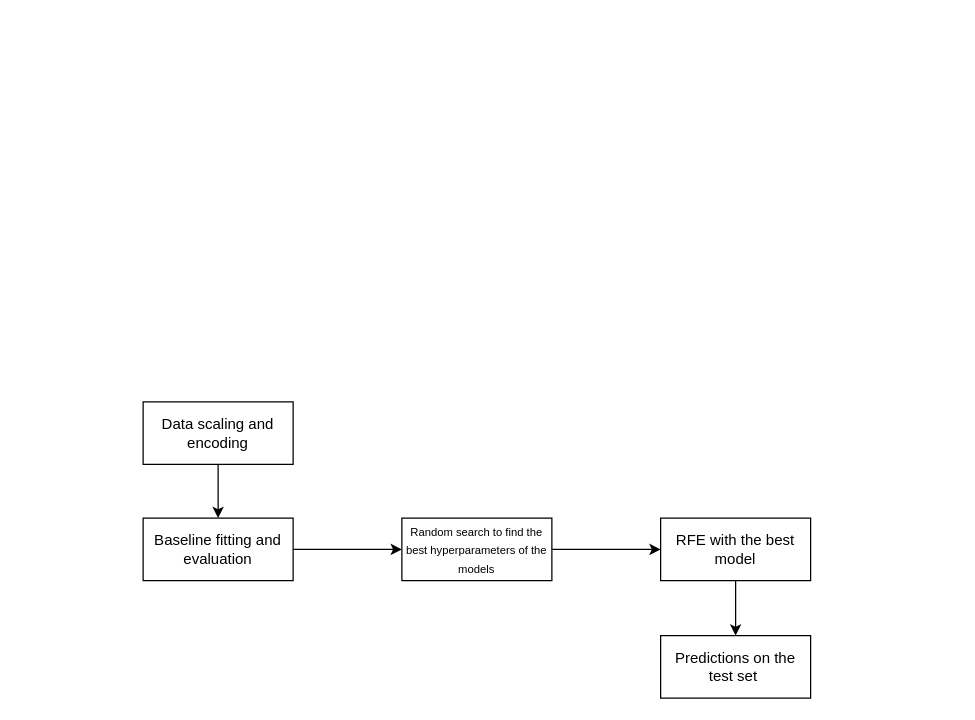
Earlier version of the draw.io diagram ML_draw.drawio (LiberoBiagi/ML_Nova_IMS_25-26). Source tidied: cells renumbered, new cells numbered last; positions are measured from the earlier drawing's top-left corner, leaving out a move shared by most shapes. Both pictures are drawn from the tidied source at 125%, with x=0, y=0 at pixel (142, 401).
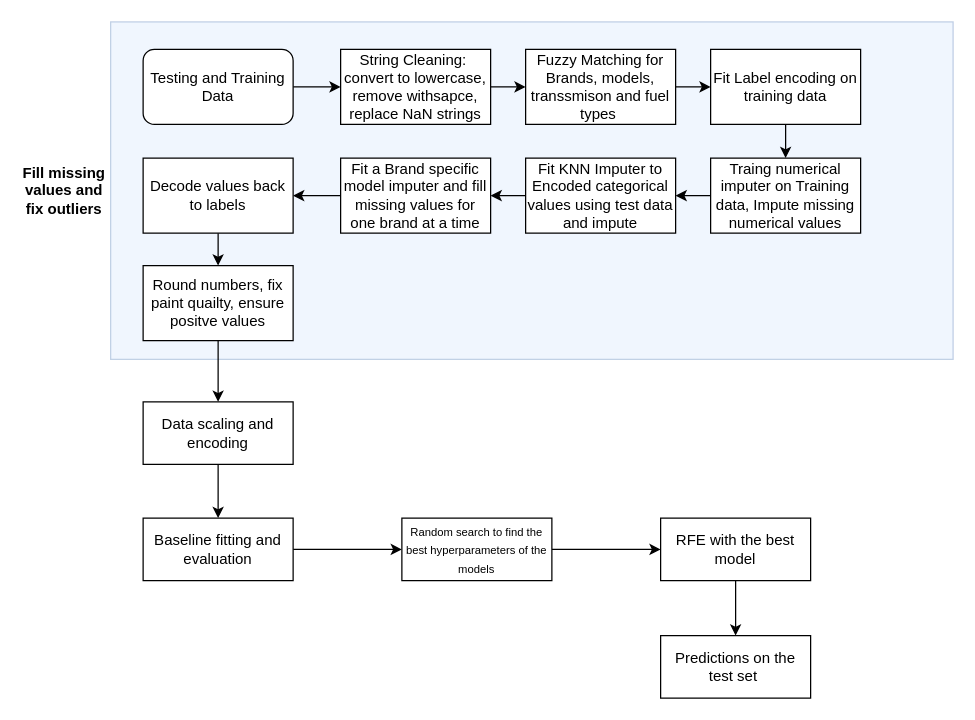
After the change.

Unchanged cells that the change refers to:
```xml
<mxCell id="2" value="Data scaling and encoding" style="rounded=0;whiteSpace=wrap;html=1;" parent="1" vertex="1">
  <mxGeometry width="120" height="50" as="geometry" />
</mxCell>
```

Change to the diagram source:
```diff
@@
+    <mxCell id="11" style="rounded=0;whiteSpace=wrap;html=1;fillColor=#dae8fc;strokeColor=#6c8ebf;opacity=40;" parent="1" vertex="1">
+      <mxGeometry x="-26" y="-304" width="674" height="270" as="geometry" />
+    </mxCell>
@@
+    <mxCell id="12" style="edgeStyle=orthogonalEdgeStyle;rounded=0;jettySize=auto;html=1;" parent="1" edge="1" source="13" target="15">
+      <mxGeometry relative="1" as="geometry" />
+    </mxCell>
+    <mxCell id="13" value="Testing and Training Data" style="rounded=1;whiteSpace=wrap;html=1;" parent="1" vertex="1">
+      <mxGeometry y="-282" width="120" height="60" as="geometry" />
+    </mxCell>
+    <mxCell id="14" style="edgeStyle=orthogonalEdgeStyle;rounded=0;jettySize=auto;html=1;" parent="1" edge="1" source="15" target="17">
+      <mxGeometry relative="1" as="geometry" />
+    </mxCell>
+    <mxCell id="15" value="String Cleaning:&amp;nbsp;&lt;br&gt;convert to lowercase, remove withsapce, replace NaN strings" style="rounded=0;whiteSpace=wrap;html=1;" parent="1" vertex="1">
+      <mxGeometry x="158" y="-282" width="120" height="60" as="geometry" />
+    </mxCell>
+    <mxCell id="16" style="edgeStyle=orthogonalEdgeStyle;rounded=0;jettySize=auto;html=1;" parent="1" edge="1" source="17" target="19">
+      <mxGeometry relative="1" as="geometry" />
+    </mxCell>
+    <mxCell id="17" value="Fuzzy Matching for Brands, models, transsmison and fuel types&amp;nbsp;" style="rounded=0;whiteSpace=wrap;html=1;" parent="1" vertex="1">
+      <mxGeometry x="306" y="-282" width="120" height="60" as="geometry" />
+    </mxCell>
+    <mxCell id="18" style="edgeStyle=orthogonalEdgeStyle;rounded=0;jettySize=auto;html=1;" parent="1" edge="1" source="19" target="21">
+      <mxGeometry relative="1" as="geometry" />
+    </mxCell>
+    <mxCell id="19" value="Fit Label encoding on training data" style="rounded=0;whiteSpace=wrap;html=1;" parent="1" vertex="1">
+      <mxGeometry x="454" y="-282" width="120" height="60" as="geometry" />
+    </mxCell>
+    <mxCell id="20" style="edgeStyle=orthogonalEdgeStyle;rounded=0;jettySize=auto;html=1;" parent="1" edge="1" source="21" target="23">
+      <mxGeometry relative="1" as="geometry" />
+    </mxCell>
+    <mxCell id="21" value="Traing numerical imputer on Training data, Impute missing numerical values" style="rounded=0;whiteSpace=wrap;html=1;" parent="1" vertex="1">
+      <mxGeometry x="454" y="-195" width="120" height="60" as="geometry" />
+    </mxCell>
+    <mxCell id="22" style="edgeStyle=orthogonalEdgeStyle;rounded=0;jettySize=auto;html=1;" parent="1" edge="1" source="23" target="25">
+      <mxGeometry relative="1" as="geometry" />
+    </mxCell>
+    <mxCell id="23" value="Fit KNN Imputer to Encoded categorical values using test data and impute" style="rounded=0;whiteSpace=wrap;html=1;" parent="1" vertex="1">
+      <mxGeometry x="306" y="-195" width="120" height="60" as="geometry" />
+    </mxCell>
+    <mxCell id="24" style="edgeStyle=orthogonalEdgeStyle;rounded=0;jettySize=auto;html=1;" parent="1" edge="1" source="25" target="27">
+      <mxGeometry relative="1" as="geometry" />
+    </mxCell>
+    <mxCell id="25" value="Fit a Brand specific model imputer and fill missing values for one brand at a time" style="rounded=0;whiteSpace=wrap;html=1;" parent="1" vertex="1">
+      <mxGeometry x="158" y="-195" width="120" height="60" as="geometry" />
+    </mxCell>
+    <mxCell id="26" style="edgeStyle=orthogonalEdgeStyle;rounded=0;jettySize=auto;html=1;" parent="1" edge="1" source="27" target="29">
+      <mxGeometry relative="1" as="geometry" />
+    </mxCell>
+    <mxCell id="27" value="Decode values back to labels" style="rounded=0;whiteSpace=wrap;html=1;" parent="1" vertex="1">
+      <mxGeometry y="-195" width="120" height="60" as="geometry" />
+    </mxCell>
+    <mxCell id="28" style="edgeStyle=orthogonalEdgeStyle;rounded=0;jettySize=auto;html=1;" parent="1" edge="1" source="29" target="2">
+      <mxGeometry relative="1" as="geometry" />
+    </mxCell>
+    <mxCell id="29" value="Round numbers, fix paint quailty, ensure positve values" style="rounded=0;whiteSpace=wrap;html=1;" parent="1" vertex="1">
+      <mxGeometry y="-109" width="120" height="60" as="geometry" />
+    </mxCell>
+    <mxCell id="30" value="&lt;b&gt;Fill missing values and fix outliers&lt;/b&gt;" style="text;html=1;align=center;verticalAlign=middle;whiteSpace=wrap;rounded=0;" parent="1" vertex="1">
+      <mxGeometry x="-97" y="-202.5" width="68" height="67" as="geometry" />
+    </mxCell>
```
